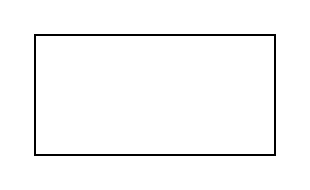
Teusocost/Tracker_IPB keeps this draw.io diagram as HARDWARE_BASIC.drawio. Above is the earlier version. Source tidied: cells renumbered, new cells numbered last; positions are measured from the earlier drawing's top-left corner, leaving out a move shared by most shapes. Both pictures are drawn from the tidied source at 200%, with x=0, y=0 at pixel (34, 34).
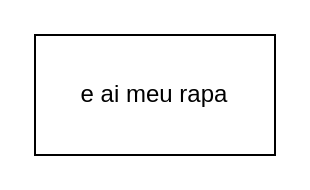
The same page after the edit.

What changed in the source:
```diff
@@
 <mxGraphModel>
   <root>
     <mxCell id="0" />
     <mxCell id="1" parent="0" />
-    <mxCell id="2" style="rounded=0;whiteSpace=wrap;html=1;" parent="1" vertex="1">
+    <mxCell id="2" value="e ai meu rapa" style="rounded=0;whiteSpace=wrap;html=1;" parent="1" vertex="1">
       <mxGeometry width="120" height="60" as="geometry" />
     </mxCell>
   </root>
 </mxGraphModel>
```
